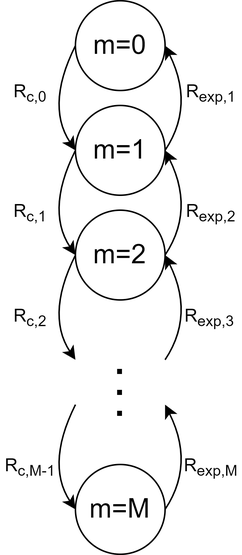
Above: docs/img/03-faas-ctmc.png in pacslab/serverless-performance-modeling (draw.io), before the change. Source tidied: cells renumbered, new cells last; positions are measured from the earlier drawing's top-left corner, leaving out a move shared by most shapes. Source of this version:
```xml
<mxGraphModel>
  <root>
    <mxCell id="0" />
    <mxCell id="1" parent="0" />
    <mxCell id="2" value="&lt;font style=&quot;font-size: 18px&quot;&gt;m=1&lt;/font&gt;" style="ellipse;whiteSpace=wrap;html=1;" parent="1" vertex="1">
      <mxGeometry x="50" y="70" width="60" height="60" as="geometry" />
    </mxCell>
    <mxCell id="3" value="&lt;font style=&quot;font-size: 18px&quot;&gt;m=2&lt;/font&gt;" style="ellipse;whiteSpace=wrap;html=1;" parent="1" vertex="1">
      <mxGeometry x="50" y="140" width="60" height="60" as="geometry" />
    </mxCell>
    <mxCell id="4" value="&lt;b style=&quot;font-size: 24px ; line-height: 0%&quot;&gt;.&lt;br&gt;.&lt;br&gt;.&lt;/b&gt;" style="text;html=1;strokeColor=none;fillColor=none;align=center;verticalAlign=middle;whiteSpace=wrap;rounded=0;" parent="1" vertex="1">
      <mxGeometry x="60" y="250" width="40" height="20" as="geometry" />
    </mxCell>
    <mxCell id="5" style="curved=1;endArrow=classic;html=1;exitX=0;exitY=0.5;exitDx=0;exitDy=0;entryX=0;entryY=0.5;entryDx=0;entryDy=0;" parent="1" edge="1" source="2" target="3">
      <mxGeometry relative="1" as="geometry">
        <Array as="points">
          <mxPoint x="30" y="140" />
        </Array>
      </mxGeometry>
    </mxCell>
    <mxCell id="6" style="curved=1;endArrow=classic;html=1;exitX=1;exitY=0.5;exitDx=0;exitDy=0;entryX=1;entryY=0.5;entryDx=0;entryDy=0;" parent="1" edge="1" source="3" target="2">
      <mxGeometry relative="1" as="geometry">
        <Array as="points">
          <mxPoint x="130" y="140" />
        </Array>
      </mxGeometry>
    </mxCell>
    <mxCell id="7" value="&lt;font style=&quot;font-size: 18px&quot;&gt;m=M&lt;/font&gt;" style="ellipse;whiteSpace=wrap;html=1;" parent="1" vertex="1">
      <mxGeometry x="50" y="310" width="60" height="60" as="geometry" />
    </mxCell>
    <mxCell id="8" style="curved=1;endArrow=classic;html=1;exitX=0;exitY=0.5;exitDx=0;exitDy=0;entryX=0;entryY=0.5;entryDx=0;entryDy=0;" parent="1" edge="1">
      <mxGeometry relative="1" as="geometry">
        <mxPoint x="50" y="170" as="sourcePoint" />
        <mxPoint x="50" y="240" as="targetPoint" />
        <Array as="points">
          <mxPoint x="30" y="210" />
        </Array>
      </mxGeometry>
    </mxCell>
    <mxCell id="9" style="curved=1;endArrow=classic;html=1;exitX=1;exitY=0.5;exitDx=0;exitDy=0;entryX=1;entryY=0.5;entryDx=0;entryDy=0;" parent="1" edge="1">
      <mxGeometry relative="1" as="geometry">
        <mxPoint x="110" y="240" as="sourcePoint" />
        <mxPoint x="110" y="170" as="targetPoint" />
        <Array as="points">
          <mxPoint x="130" y="210" />
        </Array>
      </mxGeometry>
    </mxCell>
    <mxCell id="10" style="curved=1;endArrow=classic;html=1;exitX=0;exitY=0.5;exitDx=0;exitDy=0;entryX=0;entryY=0.5;entryDx=0;entryDy=0;" parent="1" edge="1">
      <mxGeometry relative="1" as="geometry">
        <mxPoint x="50" y="270" as="sourcePoint" />
        <mxPoint x="50" y="340" as="targetPoint" />
        <Array as="points">
          <mxPoint x="30" y="310" />
        </Array>
      </mxGeometry>
    </mxCell>
    <mxCell id="11" style="curved=1;endArrow=classic;html=1;exitX=1;exitY=0.5;exitDx=0;exitDy=0;entryX=1;entryY=0.5;entryDx=0;entryDy=0;" parent="1" edge="1">
      <mxGeometry relative="1" as="geometry">
        <mxPoint x="110" y="340" as="sourcePoint" />
        <mxPoint x="110" y="270" as="targetPoint" />
        <Array as="points">
          <mxPoint x="130" y="310" />
        </Array>
      </mxGeometry>
    </mxCell>
    <mxCell id="12" value="R&lt;sub&gt;c,0&lt;/sub&gt;" style="text;html=1;strokeColor=none;fillColor=none;align=center;verticalAlign=middle;whiteSpace=wrap;rounded=0;" parent="1" vertex="1">
      <mxGeometry y="50" width="40" height="20" as="geometry" />
    </mxCell>
    <mxCell id="13" value="&lt;font style=&quot;font-size: 18px&quot;&gt;m=0&lt;/font&gt;" style="ellipse;whiteSpace=wrap;html=1;" parent="1" vertex="1">
      <mxGeometry x="50" width="60" height="60" as="geometry" />
    </mxCell>
    <mxCell id="14" style="curved=1;endArrow=classic;html=1;exitX=0;exitY=0.5;exitDx=0;exitDy=0;entryX=0;entryY=0.5;entryDx=0;entryDy=0;" parent="1" edge="1">
      <mxGeometry relative="1" as="geometry">
        <mxPoint x="50" y="30" as="sourcePoint" />
        <mxPoint x="50" y="100" as="targetPoint" />
        <Array as="points">
          <mxPoint x="30" y="70" />
        </Array>
      </mxGeometry>
    </mxCell>
    <mxCell id="15" style="curved=1;endArrow=classic;html=1;exitX=1;exitY=0.5;exitDx=0;exitDy=0;entryX=1;entryY=0.5;entryDx=0;entryDy=0;" parent="1" edge="1">
      <mxGeometry relative="1" as="geometry">
        <mxPoint x="110" y="100" as="sourcePoint" />
        <mxPoint x="110" y="30" as="targetPoint" />
        <Array as="points">
          <mxPoint x="130" y="70" />
        </Array>
      </mxGeometry>
    </mxCell>
    <mxCell id="16" value="R&lt;sub&gt;c,1&lt;/sub&gt;" style="text;html=1;strokeColor=none;fillColor=none;align=center;verticalAlign=middle;whiteSpace=wrap;rounded=0;" parent="1" vertex="1">
      <mxGeometry y="130" width="40" height="20" as="geometry" />
    </mxCell>
    <mxCell id="17" value="R&lt;sub&gt;c,2&lt;/sub&gt;" style="text;html=1;strokeColor=none;fillColor=none;align=center;verticalAlign=middle;whiteSpace=wrap;rounded=0;" parent="1" vertex="1">
      <mxGeometry y="200" width="40" height="20" as="geometry" />
    </mxCell>
    <mxCell id="18" value="R&lt;sub&gt;exp,1&lt;/sub&gt;" style="text;html=1;strokeColor=none;fillColor=none;align=center;verticalAlign=middle;whiteSpace=wrap;rounded=0;" parent="1" vertex="1">
      <mxGeometry x="121" y="50" width="40" height="20" as="geometry" />
    </mxCell>
    <mxCell id="19" value="R&lt;sub&gt;exp,2&lt;/sub&gt;" style="text;html=1;strokeColor=none;fillColor=none;align=center;verticalAlign=middle;whiteSpace=wrap;rounded=0;" parent="1" vertex="1">
      <mxGeometry x="121" y="130" width="40" height="20" as="geometry" />
    </mxCell>
    <mxCell id="20" value="R&lt;sub&gt;exp,3&lt;/sub&gt;" style="text;html=1;strokeColor=none;fillColor=none;align=center;verticalAlign=middle;whiteSpace=wrap;rounded=0;" parent="1" vertex="1">
      <mxGeometry x="120" y="200" width="40" height="20" as="geometry" />
    </mxCell>
    <mxCell id="21" value="R&lt;sub&gt;exp,M&lt;/sub&gt;" style="text;html=1;strokeColor=none;fillColor=none;align=center;verticalAlign=middle;whiteSpace=wrap;rounded=0;" parent="1" vertex="1">
      <mxGeometry x="121" y="300" width="40" height="20" as="geometry" />
    </mxCell>
    <mxCell id="22" value="R&lt;sub&gt;c,M-1&lt;/sub&gt;" style="text;html=1;strokeColor=none;fillColor=none;align=center;verticalAlign=middle;whiteSpace=wrap;rounded=0;" parent="1" vertex="1">
      <mxGeometry y="300" width="40" height="20" as="geometry" />
    </mxCell>
  </root>
</mxGraphModel>
```
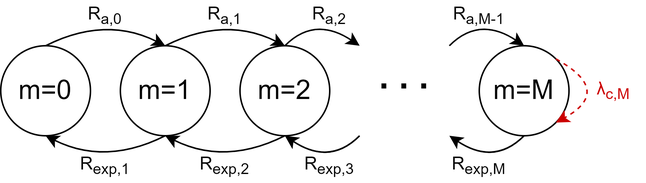
Above is the later version.

What changed in the source:
```diff
@@ -3,111 +3,121 @@
     <mxCell id="0" />
     <mxCell id="1" parent="0" />
     <mxCell id="2" value="&lt;font style=&quot;font-size: 18px&quot;&gt;m=1&lt;/font&gt;" style="ellipse;whiteSpace=wrap;html=1;" parent="1" vertex="1">
-      <mxGeometry x="50" y="70" width="60" height="60" as="geometry" />
+      <mxGeometry x="-80" y="20" width="60" height="60" as="geometry" />
     </mxCell>
     <mxCell id="3" value="&lt;font style=&quot;font-size: 18px&quot;&gt;m=2&lt;/font&gt;" style="ellipse;whiteSpace=wrap;html=1;" parent="1" vertex="1">
-      <mxGeometry x="50" y="140" width="60" height="60" as="geometry" />
+      <mxGeometry y="20" width="60" height="60" as="geometry" />
     </mxCell>
-    <mxCell id="4" value="&lt;b style=&quot;font-size: 24px ; line-height: 0%&quot;&gt;.&lt;br&gt;.&lt;br&gt;.&lt;/b&gt;" style="text;html=1;strokeColor=none;fillColor=none;align=center;verticalAlign=middle;whiteSpace=wrap;rounded=0;" parent="1" vertex="1">
-      <mxGeometry x="60" y="250" width="40" height="20" as="geometry" />
+    <mxCell id="4" value="&lt;span style=&quot;font-size: 24px&quot;&gt;&lt;b&gt;. . .&lt;/b&gt;&lt;/span&gt;" style="text;html=1;strokeColor=none;fillColor=none;align=center;verticalAlign=middle;whiteSpace=wrap;rounded=0;" parent="1" vertex="1">
+      <mxGeometry x="90" y="30" width="40" height="20" as="geometry" />
     </mxCell>
-    <mxCell id="5" style="curved=1;endArrow=classic;html=1;exitX=0;exitY=0.5;exitDx=0;exitDy=0;entryX=0;entryY=0.5;entryDx=0;entryDy=0;" parent="1" edge="1" source="2" target="3">
-      <mxGeometry relative="1" as="geometry">
-        <Array as="points">
-          <mxPoint x="30" y="140" />
-        </Array>
-      </mxGeometry>
-    </mxCell>
-    <mxCell id="6" style="curved=1;endArrow=classic;html=1;exitX=1;exitY=0.5;exitDx=0;exitDy=0;entryX=1;entryY=0.5;entryDx=0;entryDy=0;" parent="1" edge="1" source="3" target="2">
-      <mxGeometry relative="1" as="geometry">
-        <Array as="points">
-          <mxPoint x="130" y="140" />
-        </Array>
-      </mxGeometry>
-    </mxCell>
     <mxCell id="7" value="&lt;font style=&quot;font-size: 18px&quot;&gt;m=M&lt;/font&gt;" style="ellipse;whiteSpace=wrap;html=1;" parent="1" vertex="1">
-      <mxGeometry x="50" y="310" width="60" height="60" as="geometry" />
+      <mxGeometry x="160" y="20" width="60" height="60" as="geometry" />
     </mxCell>
-    <mxCell id="8" style="curved=1;endArrow=classic;html=1;exitX=0;exitY=0.5;exitDx=0;exitDy=0;entryX=0;entryY=0.5;entryDx=0;entryDy=0;" parent="1" edge="1">
-      <mxGeometry relative="1" as="geometry">
-        <mxPoint x="50" y="170" as="sourcePoint" />
-        <mxPoint x="50" y="240" as="targetPoint" />
-        <Array as="points">
-          <mxPoint x="30" y="210" />
-        </Array>
-      </mxGeometry>
-    </mxCell>
-    <mxCell id="9" style="curved=1;endArrow=classic;html=1;exitX=1;exitY=0.5;exitDx=0;exitDy=0;entryX=1;entryY=0.5;entryDx=0;entryDy=0;" parent="1" edge="1">
-      <mxGeometry relative="1" as="geometry">
-        <mxPoint x="110" y="240" as="sourcePoint" />
-        <mxPoint x="110" y="170" as="targetPoint" />
-        <Array as="points">
-          <mxPoint x="130" y="210" />
-        </Array>
-      </mxGeometry>
-    </mxCell>
-    <mxCell id="10" style="curved=1;endArrow=classic;html=1;exitX=0;exitY=0.5;exitDx=0;exitDy=0;entryX=0;entryY=0.5;entryDx=0;entryDy=0;" parent="1" edge="1">
+    <mxCell id="10" style="curved=1;endArrow=none;html=1;exitX=0.5;exitY=1;exitDx=0;exitDy=0;entryX=0.5;entryY=1;entryDx=0;entryDy=0;startArrow=classic;startFill=1;endFill=0;" parent="1" edge="1" source="13" target="2">
       <mxGeometry relative="1" as="geometry">
-        <mxPoint x="50" y="270" as="sourcePoint" />
-        <mxPoint x="50" y="340" as="targetPoint" />
         <Array as="points">
-          <mxPoint x="30" y="310" />
+          <mxPoint x="-90" y="100" />
         </Array>
       </mxGeometry>
     </mxCell>
-    <mxCell id="11" style="curved=1;endArrow=classic;html=1;exitX=1;exitY=0.5;exitDx=0;exitDy=0;entryX=1;entryY=0.5;entryDx=0;entryDy=0;" parent="1" edge="1">
-      <mxGeometry relative="1" as="geometry">
-        <mxPoint x="110" y="340" as="sourcePoint" />
-        <mxPoint x="110" y="270" as="targetPoint" />
-        <Array as="points">
-          <mxPoint x="130" y="310" />
-        </Array>
-      </mxGeometry>
-    </mxCell>
-    <mxCell id="12" value="R&lt;sub&gt;c,0&lt;/sub&gt;" style="text;html=1;strokeColor=none;fillColor=none;align=center;verticalAlign=middle;whiteSpace=wrap;rounded=0;" parent="1" vertex="1">
-      <mxGeometry y="50" width="40" height="20" as="geometry" />
+    <mxCell id="12" value="R&lt;sub&gt;a,0&lt;/sub&gt;" style="text;html=1;strokeColor=none;fillColor=none;align=center;verticalAlign=middle;whiteSpace=wrap;rounded=0;" parent="1" vertex="1">
+      <mxGeometry x="-110" y="-10" width="40" height="20" as="geometry" />
     </mxCell>
     <mxCell id="13" value="&lt;font style=&quot;font-size: 18px&quot;&gt;m=0&lt;/font&gt;" style="ellipse;whiteSpace=wrap;html=1;" parent="1" vertex="1">
-      <mxGeometry x="50" width="60" height="60" as="geometry" />
+      <mxGeometry x="-160" y="20" width="60" height="60" as="geometry" />
     </mxCell>
-    <mxCell id="14" style="curved=1;endArrow=classic;html=1;exitX=0;exitY=0.5;exitDx=0;exitDy=0;entryX=0;entryY=0.5;entryDx=0;entryDy=0;" parent="1" edge="1">
-      <mxGeometry relative="1" as="geometry">
-        <mxPoint x="50" y="30" as="sourcePoint" />
-        <mxPoint x="50" y="100" as="targetPoint" />
-        <Array as="points">
-          <mxPoint x="30" y="70" />
-        </Array>
-      </mxGeometry>
-    </mxCell>
-    <mxCell id="15" style="curved=1;endArrow=classic;html=1;exitX=1;exitY=0.5;exitDx=0;exitDy=0;entryX=1;entryY=0.5;entryDx=0;entryDy=0;" parent="1" edge="1">
-      <mxGeometry relative="1" as="geometry">
-        <mxPoint x="110" y="100" as="sourcePoint" />
-        <mxPoint x="110" y="30" as="targetPoint" />
-        <Array as="points">
-          <mxPoint x="130" y="70" />
-        </Array>
-      </mxGeometry>
-    </mxCell>
-    <mxCell id="16" value="R&lt;sub&gt;c,1&lt;/sub&gt;" style="text;html=1;strokeColor=none;fillColor=none;align=center;verticalAlign=middle;whiteSpace=wrap;rounded=0;" parent="1" vertex="1">
-      <mxGeometry y="130" width="40" height="20" as="geometry" />
+    <mxCell id="16" value="R&lt;sub&gt;a,1&lt;/sub&gt;" style="text;html=1;strokeColor=none;fillColor=none;align=center;verticalAlign=middle;whiteSpace=wrap;rounded=0;" parent="1" vertex="1">
+      <mxGeometry x="-30" y="-10" width="40" height="20" as="geometry" />
     </mxCell>
-    <mxCell id="17" value="R&lt;sub&gt;c,2&lt;/sub&gt;" style="text;html=1;strokeColor=none;fillColor=none;align=center;verticalAlign=middle;whiteSpace=wrap;rounded=0;" parent="1" vertex="1">
-      <mxGeometry y="200" width="40" height="20" as="geometry" />
+    <mxCell id="17" value="R&lt;sub&gt;a,2&lt;/sub&gt;" style="text;html=1;strokeColor=none;fillColor=none;align=center;verticalAlign=middle;whiteSpace=wrap;rounded=0;" parent="1" vertex="1">
+      <mxGeometry x="40" y="-10" width="40" height="20" as="geometry" />
     </mxCell>
     <mxCell id="18" value="R&lt;sub&gt;exp,1&lt;/sub&gt;" style="text;html=1;strokeColor=none;fillColor=none;align=center;verticalAlign=middle;whiteSpace=wrap;rounded=0;" parent="1" vertex="1">
-      <mxGeometry x="121" y="50" width="40" height="20" as="geometry" />
+      <mxGeometry x="-110" y="90" width="40" height="20" as="geometry" />
     </mxCell>
     <mxCell id="19" value="R&lt;sub&gt;exp,2&lt;/sub&gt;" style="text;html=1;strokeColor=none;fillColor=none;align=center;verticalAlign=middle;whiteSpace=wrap;rounded=0;" parent="1" vertex="1">
-      <mxGeometry x="121" y="130" width="40" height="20" as="geometry" />
+      <mxGeometry x="-30" y="90" width="40" height="20" as="geometry" />
     </mxCell>
     <mxCell id="20" value="R&lt;sub&gt;exp,3&lt;/sub&gt;" style="text;html=1;strokeColor=none;fillColor=none;align=center;verticalAlign=middle;whiteSpace=wrap;rounded=0;" parent="1" vertex="1">
-      <mxGeometry x="120" y="200" width="40" height="20" as="geometry" />
+      <mxGeometry x="40" y="90" width="40" height="20" as="geometry" />
     </mxCell>
     <mxCell id="21" value="R&lt;sub&gt;exp,M&lt;/sub&gt;" style="text;html=1;strokeColor=none;fillColor=none;align=center;verticalAlign=middle;whiteSpace=wrap;rounded=0;" parent="1" vertex="1">
-      <mxGeometry x="121" y="300" width="40" height="20" as="geometry" />
+      <mxGeometry x="140" y="90" width="40" height="20" as="geometry" />
     </mxCell>
-    <mxCell id="22" value="R&lt;sub&gt;c,M-1&lt;/sub&gt;" style="text;html=1;strokeColor=none;fillColor=none;align=center;verticalAlign=middle;whiteSpace=wrap;rounded=0;" parent="1" vertex="1">
-      <mxGeometry y="300" width="40" height="20" as="geometry" />
+    <mxCell id="22" value="R&lt;sub&gt;a,M-1&lt;/sub&gt;" style="text;html=1;strokeColor=none;fillColor=none;align=center;verticalAlign=middle;whiteSpace=wrap;rounded=0;" parent="1" vertex="1">
+      <mxGeometry x="140" y="-10" width="40" height="20" as="geometry" />
     </mxCell>
+    <mxCell id="23" style="curved=1;endArrow=classic;html=1;exitX=1;exitY=0;exitDx=0;exitDy=0;entryX=1;entryY=1;entryDx=0;entryDy=0;dashed=1;fillColor=#f8cecc;strokeColor=#CC0000;" parent="1" edge="1" source="7" target="7">
+      <mxGeometry relative="1" as="geometry">
+        <Array as="points">
+          <mxPoint x="250" y="50" />
+        </Array>
+      </mxGeometry>
+    </mxCell>
+    <mxCell id="24" value="&lt;font color=&quot;#cc0000&quot;&gt;λ&lt;sub&gt;c,M&lt;/sub&gt;&lt;/font&gt;" style="text;html=1;strokeColor=none;fillColor=none;align=center;verticalAlign=middle;whiteSpace=wrap;rounded=0;" parent="1" vertex="1">
+      <mxGeometry x="230" y="40" width="40" height="20" as="geometry" />
+    </mxCell>
+    <mxCell id="11" style="curved=1;endArrow=none;html=1;exitX=0.5;exitY=0;exitDx=0;exitDy=0;entryX=0.5;entryY=0;entryDx=0;entryDy=0;startArrow=classic;startFill=1;endFill=0;" parent="1" edge="1" source="2" target="13">
+      <mxGeometry relative="1" as="geometry">
+        <Array as="points">
+          <mxPoint x="-90" />
+        </Array>
+      </mxGeometry>
+    </mxCell>
+    <mxCell id="25" style="curved=1;endArrow=none;html=1;exitX=0.5;exitY=0;exitDx=0;exitDy=0;entryX=0.5;entryY=0;entryDx=0;entryDy=0;startArrow=classic;startFill=1;endFill=0;" parent="1" edge="1">
+      <mxGeometry relative="1" as="geometry">
+        <mxPoint x="30" y="20" as="sourcePoint" />
+        <mxPoint x="-50" y="20" as="targetPoint" />
+        <Array as="points">
+          <mxPoint x="-10" />
+        </Array>
+      </mxGeometry>
+    </mxCell>
+    <mxCell id="26" style="curved=1;endArrow=none;html=1;exitX=0.5;exitY=1;exitDx=0;exitDy=0;entryX=0.5;entryY=1;entryDx=0;entryDy=0;startArrow=classic;startFill=1;endFill=0;" parent="1" edge="1">
+      <mxGeometry relative="1" as="geometry">
+        <mxPoint x="-50" y="80" as="sourcePoint" />
+        <mxPoint x="30" y="80" as="targetPoint" />
+        <Array as="points">
+          <mxPoint x="-10" y="100" />
+        </Array>
+      </mxGeometry>
+    </mxCell>
+    <mxCell id="27" style="curved=1;endArrow=none;html=1;entryX=0.5;entryY=0;entryDx=0;entryDy=0;startArrow=classic;startFill=1;endFill=0;" parent="1" edge="1">
+      <mxGeometry relative="1" as="geometry">
+        <mxPoint x="80" y="20" as="sourcePoint" />
+        <mxPoint x="30" y="20" as="targetPoint" />
+        <Array as="points">
+          <mxPoint x="50" />
+        </Array>
+      </mxGeometry>
+    </mxCell>
+    <mxCell id="28" style="curved=1;endArrow=none;html=1;exitX=0.5;exitY=1;exitDx=0;exitDy=0;startArrow=classic;startFill=1;endFill=0;" parent="1" edge="1">
+      <mxGeometry relative="1" as="geometry">
+        <mxPoint x="30" y="80" as="sourcePoint" />
+        <mxPoint x="80" y="80" as="targetPoint" />
+        <Array as="points">
+          <mxPoint x="60" y="100" />
+        </Array>
+      </mxGeometry>
+    </mxCell>
+    <mxCell id="29" style="curved=1;endArrow=none;html=1;entryX=0.5;entryY=0;entryDx=0;entryDy=0;startArrow=classic;startFill=1;endFill=0;" parent="1" edge="1">
+      <mxGeometry relative="1" as="geometry">
+        <mxPoint x="190" y="20" as="sourcePoint" />
+        <mxPoint x="140" y="20" as="targetPoint" />
+        <Array as="points">
+          <mxPoint x="160" />
+        </Array>
+      </mxGeometry>
+    </mxCell>
+    <mxCell id="30" style="curved=1;endArrow=none;html=1;exitX=0.5;exitY=1;exitDx=0;exitDy=0;startArrow=classic;startFill=1;endFill=0;" parent="1" edge="1">
+      <mxGeometry relative="1" as="geometry">
+        <mxPoint x="140" y="80" as="sourcePoint" />
+        <mxPoint x="190" y="80" as="targetPoint" />
+        <Array as="points">
+          <mxPoint x="170" y="100" />
+        </Array>
+      </mxGeometry>
+    </mxCell>
   </root>
 </mxGraphModel>
```
